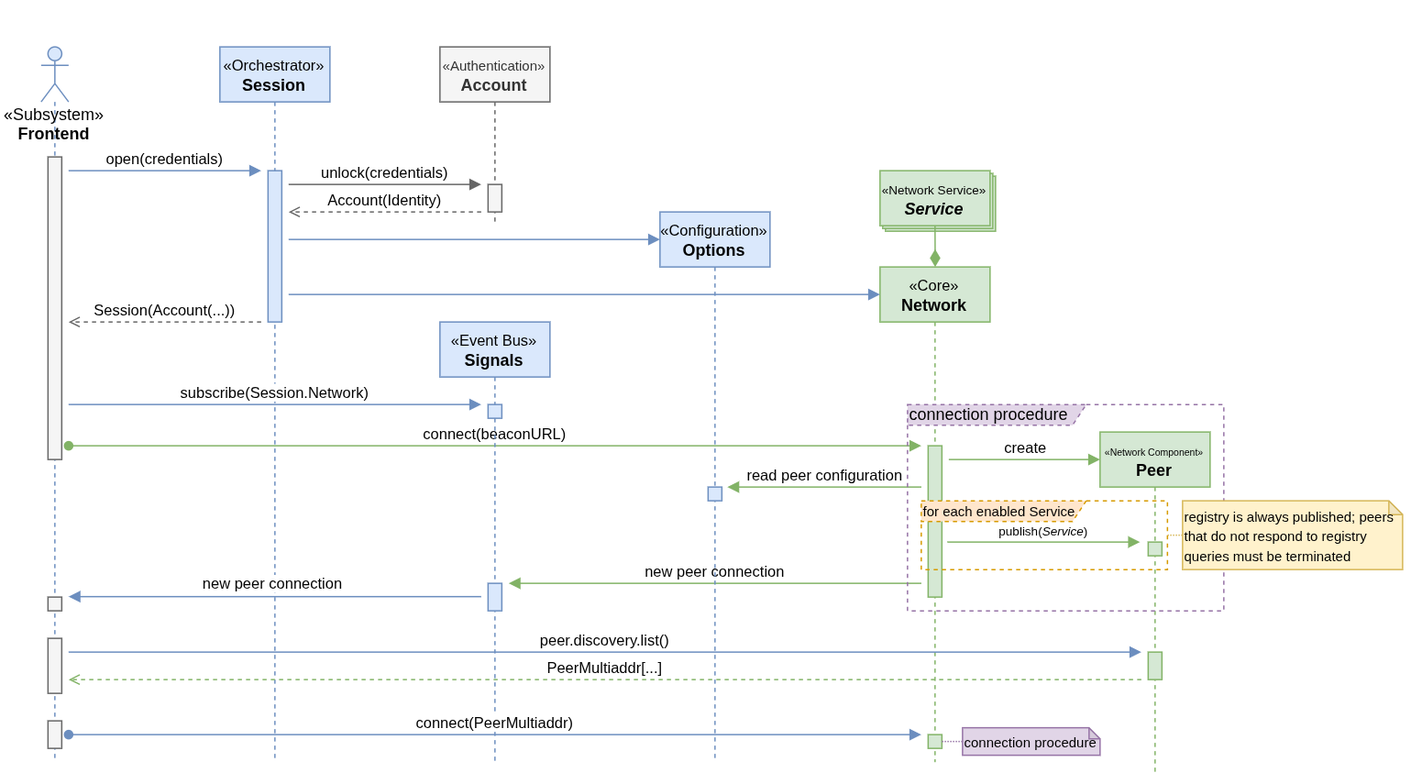
Before: docs/brochain.vessel.backend.network.seq.png, a diagram exported from draw.io (abetaev/brochain). Source tidied: cells renumbered, new cells last; positions are measured from the earlier drawing's top-left corner, leaving out a move shared by most shapes.
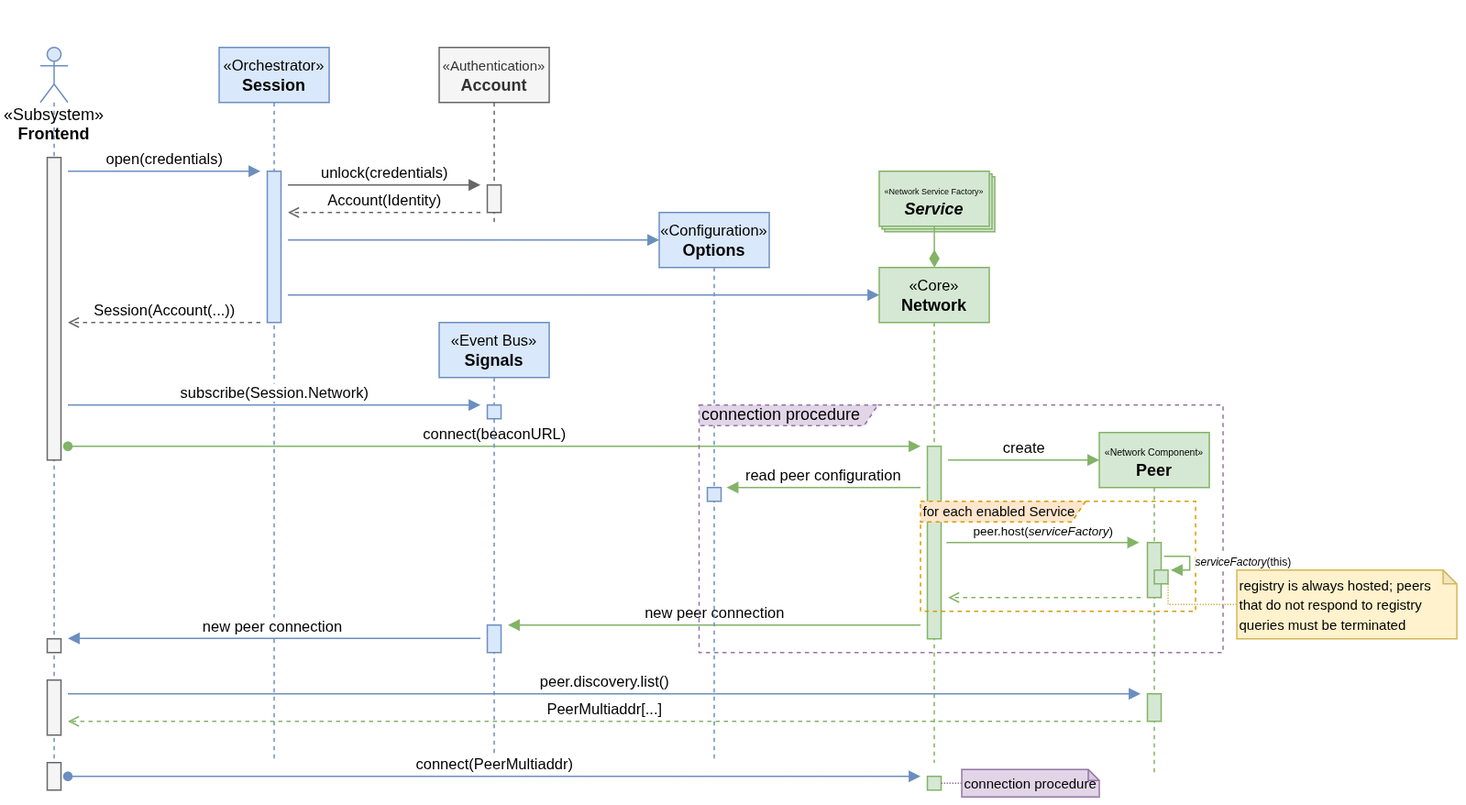
After the commit.

Change to the diagram source:
```diff
@@ -15,7 +15,7 @@
       <mxGeometry x="5" y="80" width="10" height="220" as="geometry" />
     </mxCell>
     <mxCell id="6" style="html=1;perimeter=orthogonalPerimeter;targetShapes=umlLifeline;newEdgeStyle={&quot;curved&quot;:0,&quot;rounded&quot;:0};fillColor=#f5f5f5;fontColor=#333333;strokeColor=#666666;" parent="4" vertex="1">
-      <mxGeometry x="5" y="400" width="10" height="10" as="geometry" />
+      <mxGeometry x="5" y="430" width="10" height="10" as="geometry" />
     </mxCell>
     <mxCell id="7" value="&lt;font style=&quot;font-size: 11px;&quot;&gt;&lt;font&gt;«Orchestrator»&lt;/font&gt;&lt;br&gt;&lt;/font&gt;&lt;b&gt;Session&lt;/b&gt;" style="shape=umlLifeline;perimeter=lifelinePerimeter;whiteSpace=wrap;html=1;newEdgeStyle={&quot;curved&quot;:0,&quot;rounded&quot;:0};fillColor=#dae8fc;strokeColor=#6c8ebf;" parent="1" vertex="1">
       <mxGeometry x="130" width="80" height="520" as="geometry" />
@@ -45,7 +45,7 @@
       <mxGeometry x="610" y="160" width="80" height="360" as="geometry" />
     </mxCell>
     <mxCell id="14" style="html=1;perimeter=orthogonalPerimeter;targetShapes=umlLifeline;newEdgeStyle={&quot;curved&quot;:0,&quot;rounded&quot;:0};fillColor=#d5e8d4;strokeColor=#82b366;" parent="13" vertex="1">
-      <mxGeometry x="35" y="130" width="10" height="110" as="geometry" />
+      <mxGeometry x="35" y="130" width="10" height="140" as="geometry" />
     </mxCell>
     <mxCell id="15" value="Account(Identity)" style="html=1;verticalAlign=bottom;endArrow=open;curved=0;rounded=0;dashed=1;endFill=0;fillColor=#f5f5f5;strokeColor=#666666;" parent="1" edge="1">
       <mxGeometry relative="1" as="geometry">
@@ -66,7 +66,7 @@
       <mxGeometry x="35" y="60" width="10" height="10" as="geometry" />
     </mxCell>
     <mxCell id="19" style="html=1;perimeter=orthogonalPerimeter;targetShapes=umlLifeline;newEdgeStyle={&quot;curved&quot;:0,&quot;rounded&quot;:0};fillColor=#dae8fc;strokeColor=#6c8ebf;" parent="1" vertex="1">
-      <mxGeometry x="325" y="390" width="10" height="20" as="geometry" />
+      <mxGeometry x="325" y="420" width="10" height="20" as="geometry" />
     </mxCell>
     <mxCell id="20" value="&lt;font&gt;subscribe(Session.Network)&lt;/font&gt;" style="html=1;verticalAlign=bottom;endArrow=block;curved=0;rounded=0;fillColor=#dae8fc;strokeColor=#6c8ebf;" parent="1" edge="1">
       <mxGeometry relative="1" as="geometry">
@@ -76,27 +76,27 @@
     </mxCell>
     <mxCell id="21" value="&lt;font&gt;new peer connection&amp;nbsp;&lt;/font&gt;" style="html=1;verticalAlign=bottom;endArrow=block;curved=0;rounded=0;fillColor=#dae8fc;strokeColor=#6c8ebf;" parent="1" edge="1">
       <mxGeometry relative="1" as="geometry">
-        <mxPoint x="320" y="399.7" as="sourcePoint" />
-        <mxPoint x="20" y="399.7" as="targetPoint" />
+        <mxPoint x="320" y="429.7" as="sourcePoint" />
+        <mxPoint x="20" y="429.7" as="targetPoint" />
       </mxGeometry>
     </mxCell>
     <mxCell id="22" value="peer.discovery.list()" style="html=1;verticalAlign=bottom;endArrow=block;curved=0;rounded=0;fillColor=#dae8fc;strokeColor=#6c8ebf;" parent="1" edge="1">
       <mxGeometry relative="1" as="geometry">
-        <mxPoint x="20" y="440" as="sourcePoint" />
-        <mxPoint x="800" y="440" as="targetPoint" />
+        <mxPoint x="20" y="470" as="sourcePoint" />
+        <mxPoint x="800" y="470" as="targetPoint" />
       </mxGeometry>
     </mxCell>
     <mxCell id="23" value="new peer connection" style="html=1;verticalAlign=bottom;endArrow=block;curved=0;rounded=0;fillColor=#d5e8d4;strokeColor=#82b366;" parent="1" edge="1">
       <mxGeometry relative="1" as="geometry">
-        <mxPoint x="640" y="390" as="sourcePoint" />
-        <mxPoint x="340" y="390" as="targetPoint" />
+        <mxPoint x="640" y="420" as="sourcePoint" />
+        <mxPoint x="340" y="420" as="targetPoint" />
       </mxGeometry>
     </mxCell>
     <mxCell id="24" value="&lt;font style=&quot;font-size: 7px;&quot;&gt;«Network Component»&lt;/font&gt;&lt;br&gt;&lt;b&gt;Peer&lt;/b&gt;" style="shape=umlLifeline;perimeter=lifelinePerimeter;whiteSpace=wrap;html=1;newEdgeStyle={&quot;curved&quot;:0,&quot;rounded&quot;:0};fillColor=#d5e8d4;strokeColor=#82b366;" parent="1" vertex="1">
       <mxGeometry x="770" y="280" width="80" height="250" as="geometry" />
     </mxCell>
     <mxCell id="25" style="html=1;perimeter=orthogonalPerimeter;targetShapes=umlLifeline;newEdgeStyle={&quot;curved&quot;:0,&quot;rounded&quot;:0};fillColor=#d5e8d4;strokeColor=#82b366;" parent="24" vertex="1">
-      <mxGeometry x="35" y="80" width="10" height="10" as="geometry" />
+      <mxGeometry x="35" y="80" width="10" height="40" as="geometry" />
     </mxCell>
     <mxCell id="26" value="create" style="html=1;verticalAlign=bottom;endArrow=block;curved=0;rounded=0;fillColor=#d5e8d4;strokeColor=#82b366;" parent="1" edge="1">
       <mxGeometry relative="1" as="geometry">
@@ -109,7 +109,7 @@
         <mxPoint x="650.1" y="160" as="targetPoint" />
       </mxGeometry>
     </mxCell>
-    <mxCell id="28" value="&lt;font style=&quot;font-size: 9px;&quot;&gt;«Network Service»&lt;/font&gt;&lt;br&gt;&lt;b&gt;&lt;i&gt;Service&lt;/i&gt;&lt;/b&gt;" style="html=1;whiteSpace=wrap;fillColor=#d5e8d4;strokeColor=#82b366;" parent="1" vertex="1">
+    <mxCell id="28" value="&lt;font style=&quot;font-size: 6px;&quot;&gt;«Network Service Factory»&lt;/font&gt;&lt;br&gt;&lt;b&gt;&lt;i&gt;Service&lt;/i&gt;&lt;/b&gt;" style="html=1;whiteSpace=wrap;fillColor=#d5e8d4;strokeColor=#82b366;" parent="1" vertex="1">
       <mxGeometry x="610" y="90" width="80" height="40" as="geometry" />
     </mxCell>
     <mxCell id="29" value="read peer configuration" style="html=1;verticalAlign=bottom;endArrow=block;curved=0;rounded=0;startArrow=none;startFill=0;fillColor=#d5e8d4;strokeColor=#82b366;" parent="1" edge="1">
@@ -118,35 +118,35 @@
         <mxPoint x="499" y="320" as="targetPoint" />
       </mxGeometry>
     </mxCell>
-    <mxCell id="30" value="&lt;font style=&quot;font-size: 9px;&quot;&gt;publish(&lt;i&gt;Service&lt;/i&gt;)&lt;/font&gt;" style="html=1;verticalAlign=bottom;endArrow=block;curved=0;rounded=0;fillColor=#d5e8d4;strokeColor=#82b366;" parent="1" edge="1">
+    <mxCell id="30" value="&lt;font style=&quot;font-size: 9px;&quot;&gt;peer.host(&lt;i&gt;serviceFactory&lt;/i&gt;)&lt;/font&gt;" style="html=1;verticalAlign=bottom;endArrow=block;curved=0;rounded=0;fillColor=#d5e8d4;strokeColor=#82b366;" parent="1" edge="1">
       <mxGeometry relative="1" as="geometry">
         <mxPoint x="659" y="360" as="sourcePoint" />
         <mxPoint x="799" y="360" as="targetPoint" />
       </mxGeometry>
     </mxCell>
     <mxCell id="31" value="&lt;font style=&quot;font-size: 10px;&quot;&gt;for each enabled Service&lt;/font&gt;" style="shape=umlFrame;whiteSpace=wrap;html=1;width=120;height=15;align=left;fillColor=#ffe6cc;strokeColor=#d79b00;dashed=1;" parent="1" vertex="1">
-      <mxGeometry x="640" y="330" width="179" height="50" as="geometry" />
+      <mxGeometry x="640" y="330" width="200" height="80" as="geometry" />
     </mxCell>
     <mxCell id="32" value="PeerMultiaddr[...]" style="html=1;verticalAlign=bottom;endArrow=open;curved=0;rounded=0;endFill=0;dashed=1;fillColor=#d5e8d4;strokeColor=#82b366;" parent="1" edge="1">
       <mxGeometry relative="1" as="geometry">
-        <mxPoint x="800" y="460" as="sourcePoint" />
-        <mxPoint x="20" y="460" as="targetPoint" />
+        <mxPoint x="800" y="490" as="sourcePoint" />
+        <mxPoint x="20" y="490" as="targetPoint" />
       </mxGeometry>
     </mxCell>
     <mxCell id="33" style="html=1;perimeter=orthogonalPerimeter;targetShapes=umlLifeline;newEdgeStyle={&quot;curved&quot;:0,&quot;rounded&quot;:0};fillColor=#f5f5f5;fontColor=#333333;strokeColor=#666666;" parent="1" vertex="1">
-      <mxGeometry x="5" y="430" width="10" height="40" as="geometry" />
+      <mxGeometry x="5" y="460" width="10" height="40" as="geometry" />
     </mxCell>
     <mxCell id="34" style="html=1;perimeter=orthogonalPerimeter;targetShapes=umlLifeline;newEdgeStyle={&quot;curved&quot;:0,&quot;rounded&quot;:0};fillColor=#f5f5f5;fontColor=#333333;strokeColor=#666666;" parent="1" vertex="1">
-      <mxGeometry x="5" y="490" width="10" height="20" as="geometry" />
+      <mxGeometry x="5" y="520" width="10" height="20" as="geometry" />
     </mxCell>
     <mxCell id="35" value="connect(PeerMultiaddr)" style="html=1;verticalAlign=bottom;endArrow=block;curved=0;rounded=0;startArrow=oval;startFill=1;fillColor=#dae8fc;strokeColor=#6c8ebf;" parent="1" edge="1">
       <mxGeometry relative="1" as="geometry">
-        <mxPoint x="20" y="500" as="sourcePoint" />
-        <mxPoint x="640" y="500" as="targetPoint" />
+        <mxPoint x="20" y="530" as="sourcePoint" />
+        <mxPoint x="640" y="530" as="targetPoint" />
       </mxGeometry>
     </mxCell>
     <mxCell id="36" value="&lt;span style=&quot;font-size: 10px;&quot;&gt;connection procedure&lt;/span&gt;" style="shape=note;whiteSpace=wrap;html=1;backgroundOutline=1;darkOpacity=0.05;fillColor=#e1d5e7;strokeColor=#9673a6;size=8;align=left;" parent="1" vertex="1">
-      <mxGeometry x="670" y="495" width="100" height="20" as="geometry" />
+      <mxGeometry x="670" y="525" width="100" height="20" as="geometry" />
     </mxCell>
     <mxCell id="37" value="Session(Account(...))" style="html=1;verticalAlign=bottom;endArrow=open;curved=0;rounded=0;dashed=1;endFill=0;fillColor=#f5f5f5;strokeColor=#666666;" parent="1" edge="1">
       <mxGeometry relative="1" as="geometry">
@@ -173,22 +173,47 @@
       <mxGeometry x="485" y="320" width="10" height="10" as="geometry" />
     </mxCell>
     <mxCell id="42" style="html=1;perimeter=orthogonalPerimeter;targetShapes=umlLifeline;newEdgeStyle={&quot;curved&quot;:0,&quot;rounded&quot;:0};fillColor=#d5e8d4;strokeColor=#82b366;" parent="1" vertex="1">
-      <mxGeometry x="805" y="440" width="10" height="20" as="geometry" />
+      <mxGeometry x="805" y="470" width="10" height="20" as="geometry" />
     </mxCell>
     <mxCell id="43" style="html=1;points=[[0,0,0,0,5],[0,1,0,0,-5],[1,0,0,0,5],[1,1,0,0,-5]];perimeter=orthogonalPerimeter;outlineConnect=0;targetShapes=umlLifeline;portConstraint=eastwest;newEdgeStyle={&quot;curved&quot;:0,&quot;rounded&quot;:0};fillColor=#d5e8d4;strokeColor=#82b366;" parent="1" vertex="1">
-      <mxGeometry x="645" y="500" width="10" height="10" as="geometry" />
+      <mxGeometry x="645" y="530" width="10" height="10" as="geometry" />
     </mxCell>
     <mxCell id="44" style="edgeStyle=orthogonalEdgeStyle;rounded=0;jettySize=auto;html=1;exitX=0;exitY=0.5;exitDx=0;exitDy=0;exitPerimeter=0;entryX=1;entryY=0;entryDx=0;entryDy=5;entryPerimeter=0;endArrow=none;endFill=0;dashed=1;dashPattern=1 1;fillColor=#e1d5e7;strokeColor=#9673a6;" parent="1" edge="1" source="36" target="43">
       <mxGeometry relative="1" as="geometry" />
     </mxCell>
-    <mxCell id="45" style="edgeStyle=orthogonalEdgeStyle;rounded=0;jettySize=auto;html=1;exitX=0;exitY=0.5;exitDx=0;exitDy=0;exitPerimeter=0;entryX=1.001;entryY=0.501;entryDx=0;entryDy=0;entryPerimeter=0;endArrow=none;endFill=0;dashed=1;dashPattern=1 1;fillColor=#fff2cc;strokeColor=#d6b656;" parent="1" edge="1" source="47" target="31">
-      <mxGeometry relative="1" as="geometry" />
+    <mxCell id="45" style="edgeStyle=orthogonalEdgeStyle;rounded=0;jettySize=auto;html=1;exitX=0;exitY=0.5;exitDx=0;exitDy=0;exitPerimeter=0;endArrow=none;endFill=0;dashed=1;dashPattern=1 1;fillColor=#fff2cc;strokeColor=#d6b656;" parent="1" edge="1" source="47">
+      <mxGeometry relative="1" as="geometry">
+        <mxPoint x="817.9" y="389.8" as="targetPoint" />
+        <Array as="points">
+          <mxPoint x="820" y="405" />
+          <mxPoint x="820" y="389.8" />
+        </Array>
+      </mxGeometry>
     </mxCell>
     <mxCell id="46" value="connection procedure" style="shape=umlFrame;whiteSpace=wrap;html=1;width=130;height=15;align=left;fillColor=#e1d5e7;strokeColor=#9673a6;dashed=1;" parent="1" vertex="1">
-      <mxGeometry x="630" y="260" width="230" height="150" as="geometry" />
+      <mxGeometry x="479" y="260" width="381" height="180" as="geometry" />
     </mxCell>
-    <mxCell id="47" value="&lt;font style=&quot;line-height: 0%; font-size: 10px;&quot;&gt;registry is always published; peers that do not respond to registry queries must be terminated&amp;nbsp;&lt;/font&gt;" style="shape=note;whiteSpace=wrap;html=1;backgroundOutline=1;darkOpacity=0.05;fillColor=#fff2cc;strokeColor=#d6b656;size=10;align=left;" parent="1" vertex="1">
-      <mxGeometry x="830" y="330" width="160" height="50" as="geometry" />
+    <mxCell id="47" value="&lt;font style=&quot;line-height: 0%; font-size: 10px;&quot;&gt;registry is always hosted; peers that do not respond to registry queries must be terminated&amp;nbsp;&lt;/font&gt;" style="shape=note;whiteSpace=wrap;html=1;backgroundOutline=1;darkOpacity=0.05;fillColor=#fff2cc;strokeColor=#d6b656;size=10;align=left;" parent="1" vertex="1">
+      <mxGeometry x="870" y="380" width="160" height="50" as="geometry" />
     </mxCell>
+    <mxCell id="48" style="html=1;perimeter=orthogonalPerimeter;targetShapes=umlLifeline;newEdgeStyle={&quot;curved&quot;:0,&quot;rounded&quot;:0};fillColor=#d5e8d4;strokeColor=#82b366;" parent="1" vertex="1">
+      <mxGeometry x="810" y="380" width="10" height="10" as="geometry" />
+    </mxCell>
+    <mxCell id="49" value="&lt;font style=&quot;font-size: 8px;&quot;&gt;&lt;i style=&quot;&quot;&gt;serviceFactory&lt;/i&gt;(this)&lt;/font&gt;" style="html=1;align=left;spacingLeft=2;endArrow=block;rounded=0;edgeStyle=orthogonalEdgeStyle;curved=0;rounded=0;fillColor=#d5e8d4;strokeColor=#82b366;" parent="1" edge="1">
+      <mxGeometry relative="1" as="geometry">
+        <mxPoint x="817" y="370" as="sourcePoint" />
+        <mxPoint x="822" y="380" as="targetPoint" />
+        <Array as="points">
+          <mxPoint x="835.8" y="370" />
+          <mxPoint x="835.8" y="380" />
+        </Array>
+      </mxGeometry>
+    </mxCell>
+    <mxCell id="50" style="html=1;verticalAlign=bottom;endArrow=open;curved=0;rounded=0;dashed=1;endFill=0;fillColor=#d5e8d4;strokeColor=#82b366;" parent="1" edge="1">
+      <mxGeometry relative="1" as="geometry">
+        <mxPoint x="800" y="400" as="sourcePoint" />
+        <mxPoint x="660" y="400" as="targetPoint" />
+      </mxGeometry>
+    </mxCell>
   </root>
 </mxGraphModel>
```
